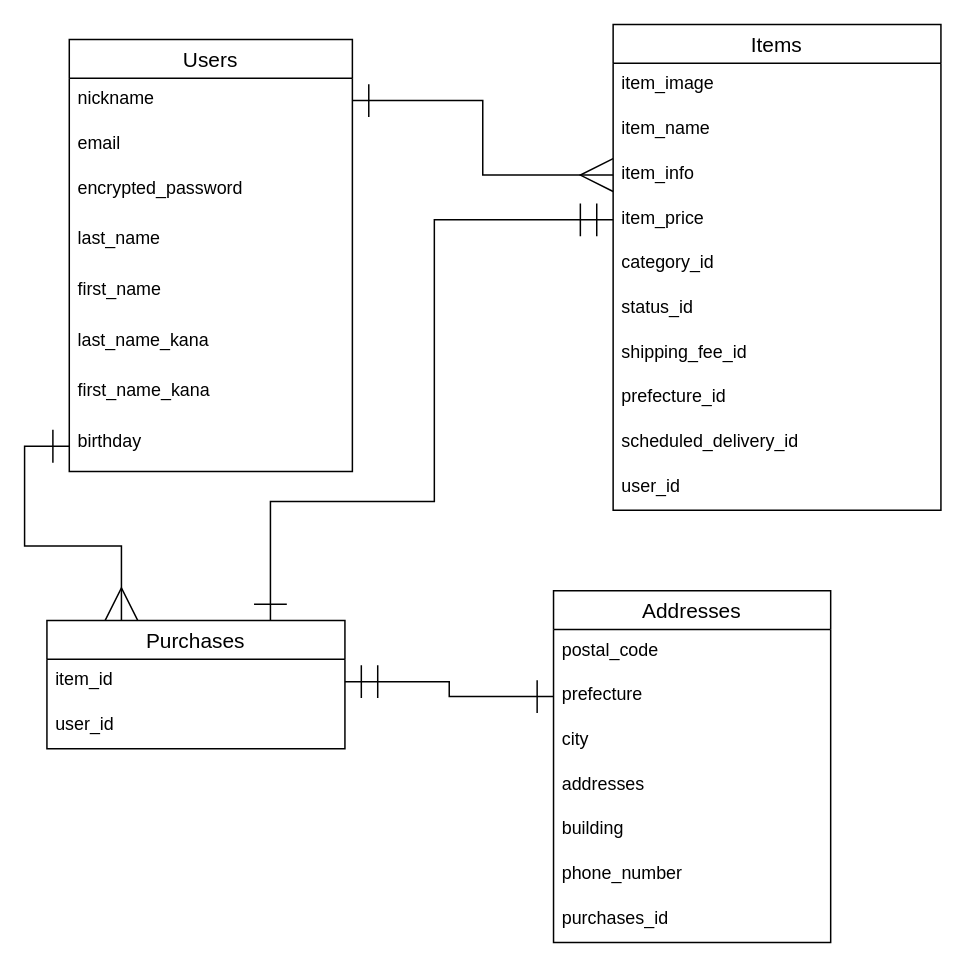
The draw.io diagram ER.dio in Ryuji-Ichikawa/furima-35547, before the edit. Source tidied: cells renumbered, new cells numbered last; positions are measured from the earlier drawing's top-left corner, leaving out a move shared by most shapes. Both pictures are drawn from the tidied source at 149%, with x=0, y=0 at pixel (46, 24).
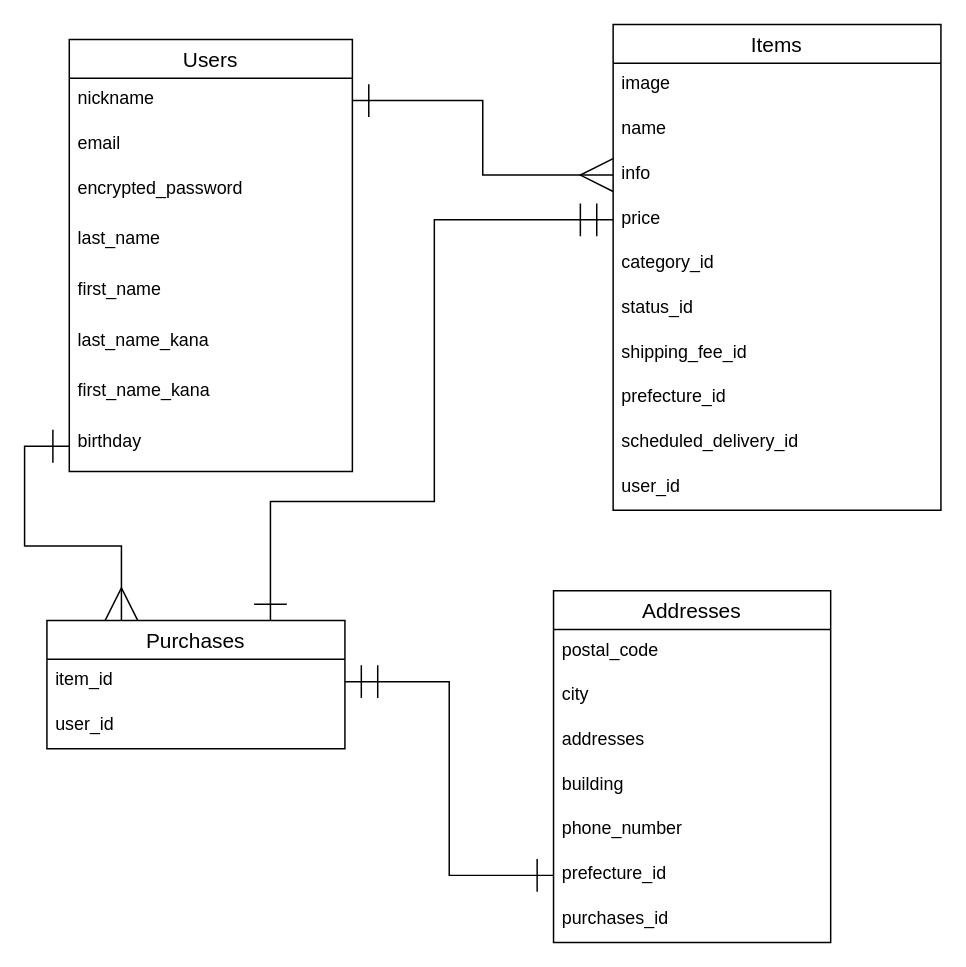
After the change.

Commit message (it also covers changes not shown here):
修正箇所の修正2

The change refers to these unchanged cells:
```xml
<mxCell id="11" value="Items" style="swimlane;fontStyle=0;horizontal=1;startSize=26;align=center;fontSize=14;" parent="1" vertex="1">
  <mxGeometry x="380" width="220" height="326" as="geometry" />
</mxCell>
<mxCell id="25" value="Addresses" style="swimlane;fontStyle=0;horizontal=1;startSize=26;align=center;fontSize=14;" parent="1" vertex="1">
  <mxGeometry x="340" y="380" width="186" height="236" as="geometry" />
</mxCell>
```

Change to the diagram source:
```diff
@@
-    <mxCell id="12" value="item_image" style="text;strokeColor=none;fillColor=none;spacingLeft=4;spacingRight=4;overflow=hidden;fontSize=12;" parent="11" vertex="1">
+    <mxCell id="12" value="image" style="text;strokeColor=none;fillColor=none;spacingLeft=4;spacingRight=4;overflow=hidden;fontSize=12;" parent="11" vertex="1">
       <mxGeometry y="26" width="220" height="30" as="geometry" />
     </mxCell>
-    <mxCell id="13" value="item_name" style="text;strokeColor=none;fillColor=none;spacingLeft=4;spacingRight=4;overflow=hidden;fontSize=12;" parent="11" vertex="1">
+    <mxCell id="13" value="name" style="text;strokeColor=none;fillColor=none;spacingLeft=4;spacingRight=4;overflow=hidden;fontSize=12;" parent="11" vertex="1">
       <mxGeometry y="56" width="220" height="30" as="geometry" />
     </mxCell>
-    <mxCell id="14" value="item_info" style="text;strokeColor=none;fillColor=none;spacingLeft=4;spacingRight=4;overflow=hidden;points=[[0,0.5],[1,0.5]];portConstraint=eastwest;fontSize=12;" parent="11" vertex="1">
+    <mxCell id="14" value="info" style="text;strokeColor=none;fillColor=none;spacingLeft=4;spacingRight=4;overflow=hidden;points=[[0,0.5],[1,0.5]];portConstraint=eastwest;fontSize=12;" parent="11" vertex="1">
       <mxGeometry y="86" width="220" height="30" as="geometry" />
     </mxCell>
-    <mxCell id="15" value="item_price" style="text;strokeColor=none;fillColor=none;spacingLeft=4;spacingRight=4;overflow=hidden;points=[[0,0.5],[1,0.5]];portConstraint=eastwest;fontSize=12;" parent="11" vertex="1">
+    <mxCell id="15" value="price" style="text;strokeColor=none;fillColor=none;spacingLeft=4;spacingRight=4;overflow=hidden;points=[[0,0.5],[1,0.5]];portConstraint=eastwest;fontSize=12;" parent="11" vertex="1">
       <mxGeometry y="116" width="220" height="30" as="geometry" />
     </mxCell>
@@
-    <mxCell id="27" value="prefecture" style="text;strokeColor=none;fillColor=none;spacingLeft=4;spacingRight=4;overflow=hidden;points=[[0,0.5],[1,0.5]];portConstraint=eastwest;fontSize=12;" parent="25" vertex="1">
-      <mxGeometry y="56" width="186" height="30" as="geometry" />
-    </mxCell>
     <mxCell id="28" value="city" style="text;strokeColor=none;fillColor=none;spacingLeft=4;spacingRight=4;overflow=hidden;fontSize=12;" parent="25" vertex="1">
-      <mxGeometry y="86" width="186" height="30" as="geometry" />
+      <mxGeometry y="56" width="186" height="30" as="geometry" />
     </mxCell>
     <mxCell id="29" value="addresses" style="text;strokeColor=none;fillColor=none;spacingLeft=4;spacingRight=4;overflow=hidden;fontSize=12;" parent="25" vertex="1">
-      <mxGeometry y="116" width="186" height="30" as="geometry" />
+      <mxGeometry y="86" width="186" height="30" as="geometry" />
     </mxCell>
     <mxCell id="30" value="building" style="text;strokeColor=none;fillColor=none;spacingLeft=4;spacingRight=4;overflow=hidden;fontSize=12;" parent="25" vertex="1">
-      <mxGeometry y="146" width="186" height="30" as="geometry" />
+      <mxGeometry y="116" width="186" height="30" as="geometry" />
     </mxCell>
     <mxCell id="31" value="phone_number" style="text;strokeColor=none;fillColor=none;spacingLeft=4;spacingRight=4;overflow=hidden;fontSize=12;" parent="25" vertex="1">
-      <mxGeometry y="176" width="186" height="30" as="geometry" />
+      <mxGeometry y="146" width="186" height="30" as="geometry" />
     </mxCell>
+    <mxCell id="27" value="prefecture_id" style="text;strokeColor=none;fillColor=none;spacingLeft=4;spacingRight=4;overflow=hidden;points=[[0,0.5],[1,0.5]];portConstraint=eastwest;fontSize=12;" parent="25" vertex="1">
+      <mxGeometry y="176" width="186" height="30" as="geometry" />
+    </mxCell>
```
